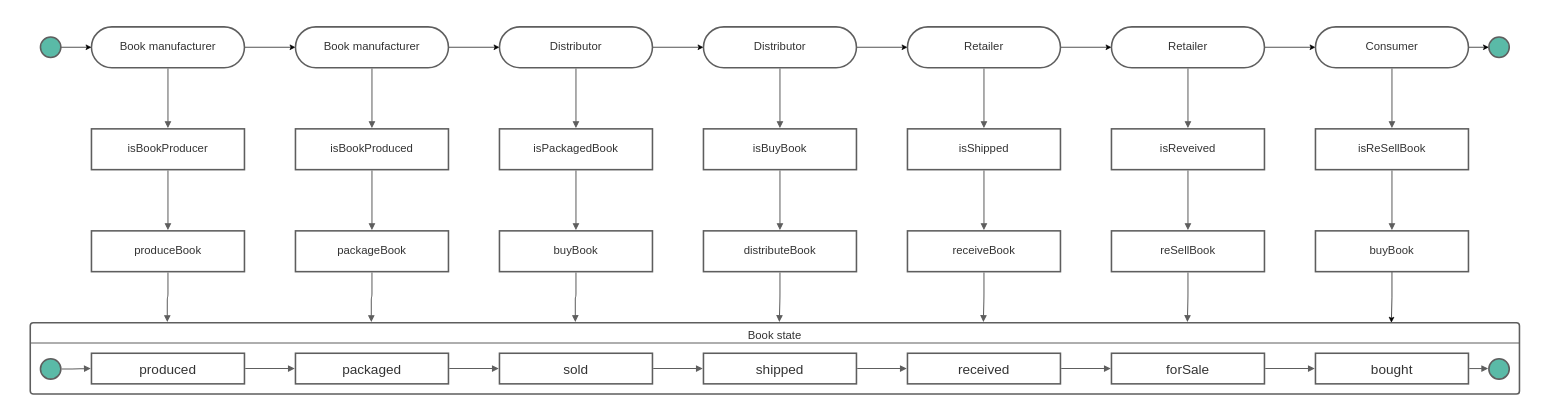
Earlier version of the draw.io diagram page "Page-1" (1 of 2) of Untitled Diagram.drawio (lavikara/project_3). Source tidied: cells renumbered, new cells numbered last; positions are measured from the earlier drawing's top-left corner, leaving out a move shared by most shapes. Both pictures are drawn from the tidied source at 68%, with x=0, y=0 at pixel (30, 27).
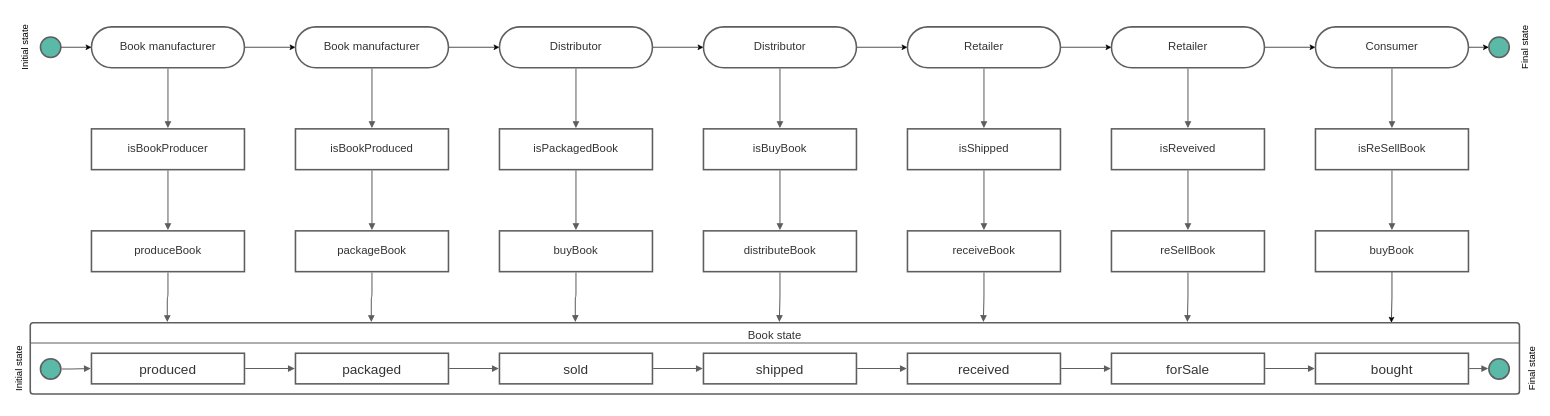
The same diagram, later.

Commit message (it also covers changes not shown here):
Book state diagram

What changed in the source:
```diff
@@
+    <mxCell id="73" value="Initial state" style="text;html=1;strokeColor=none;fillColor=none;align=center;verticalAlign=middle;whiteSpace=wrap;rounded=0;rotation=-90;fontSize=14;" parent="1" vertex="1">
+      <mxGeometry x="-60" y="20" width="105" height="20" as="geometry" />
+    </mxCell>
+    <mxCell id="74" value="Initial state" style="text;html=1;strokeColor=none;fillColor=none;align=center;verticalAlign=middle;whiteSpace=wrap;rounded=0;rotation=-90;fontSize=14;" parent="1" vertex="1">
+      <mxGeometry x="-70" y="492.5" width="105" height="20" as="geometry" />
+    </mxCell>
+    <mxCell id="75" value="Final state" style="text;html=1;strokeColor=none;fillColor=none;align=center;verticalAlign=middle;whiteSpace=wrap;rounded=0;rotation=-90;fontSize=14;" parent="1" vertex="1">
+      <mxGeometry x="2145" y="20" width="105" height="20" as="geometry" />
+    </mxCell>
+    <mxCell id="76" value="Final state" style="text;html=1;strokeColor=none;fillColor=none;align=center;verticalAlign=middle;whiteSpace=wrap;rounded=0;rotation=-90;fontSize=14;" parent="1" vertex="1">
+      <mxGeometry x="2155" y="492.5" width="105" height="20" as="geometry" />
+    </mxCell>
```
